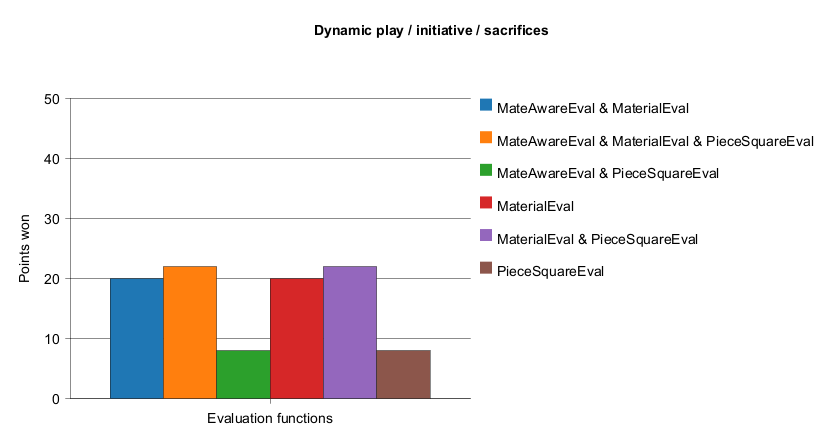
Above: docs/evaluation/report/movequality/DynamicPlayInitiativeSacrifices.png in l2c0r3/blobfish (PlantUML), before the change.
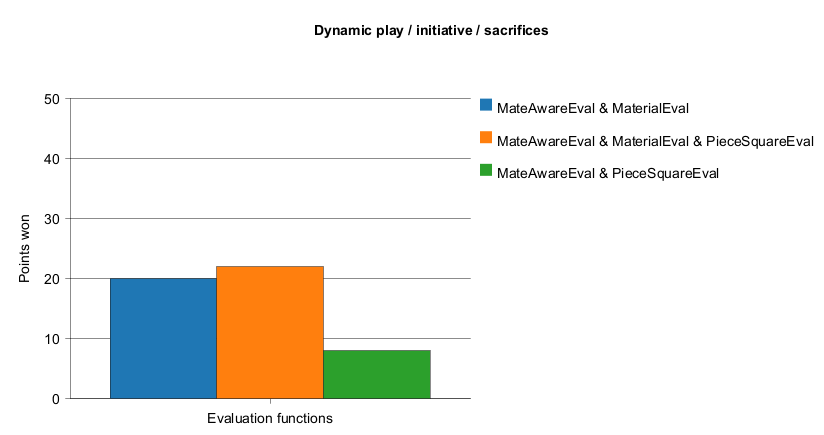
Later version of the same file.

Diff of the diagram source:
```diff
@@ -10,9 +10,6 @@
 bar "MateAwareEval & MaterialEval"[ 20.0 ] #1F77B4
 bar "MateAwareEval & MaterialEval & PieceSquareEval"[ 22.0 ] #FF7F0E
 bar "MateAwareEval & PieceSquareEval"[ 8.0 ] #2CA02C
-bar "MaterialEval"[ 20.0 ] #D62728
-bar "MaterialEval & PieceSquareEval"[ 22.0 ] #9467BD
-bar "PieceSquareEval"[ 8.0 ] #8C564B
 
 legend right
 @endchart
```
